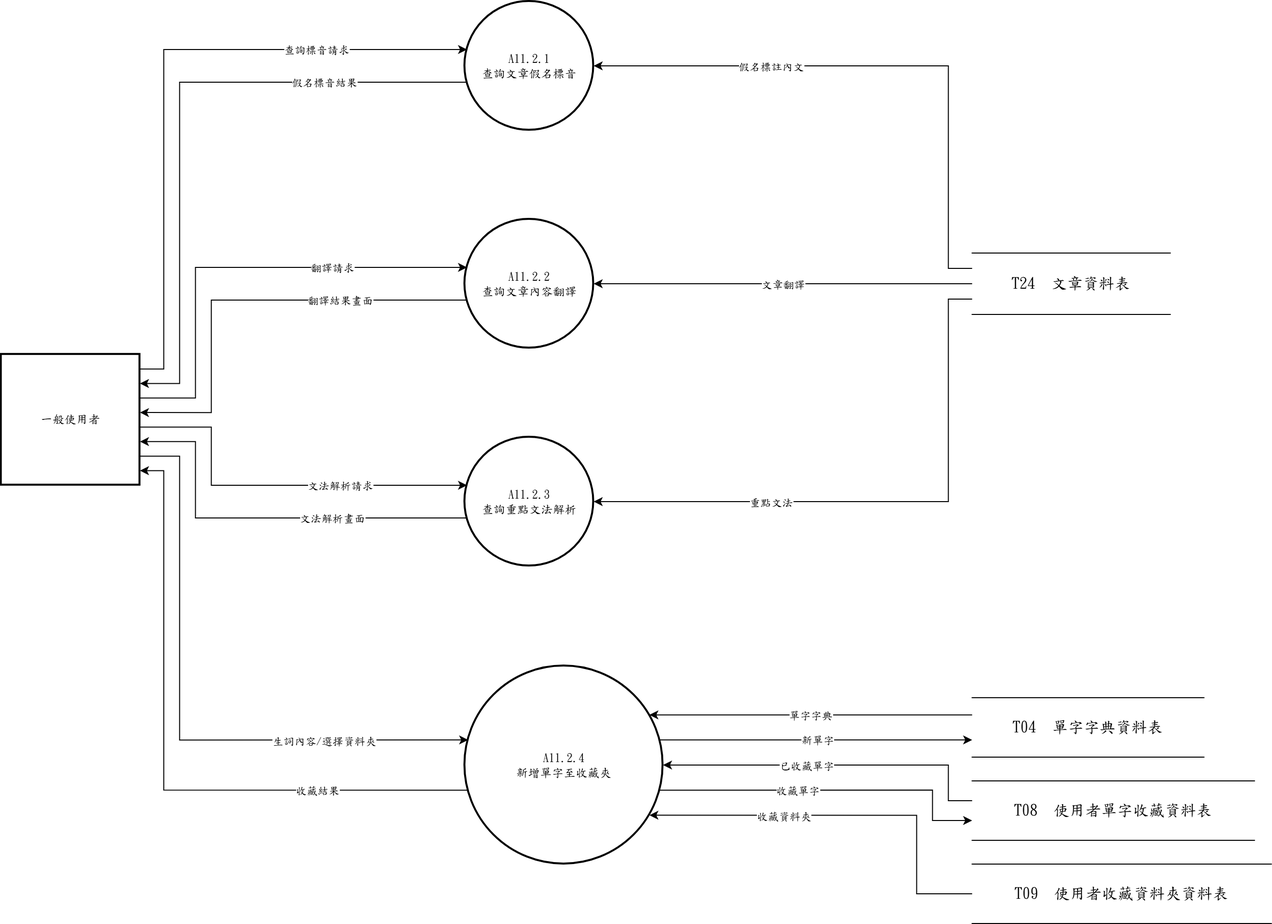
s22452007/115502 keeps this draw.io diagram as 系統文件/第6章/DFD圖/圖11/新/圖11-2.drawio.png. Above is the earlier version. Source tidied: cells renumbered, new cells last; positions are measured from the earlier drawing's top-left corner, leaving out a move shared by most shapes.
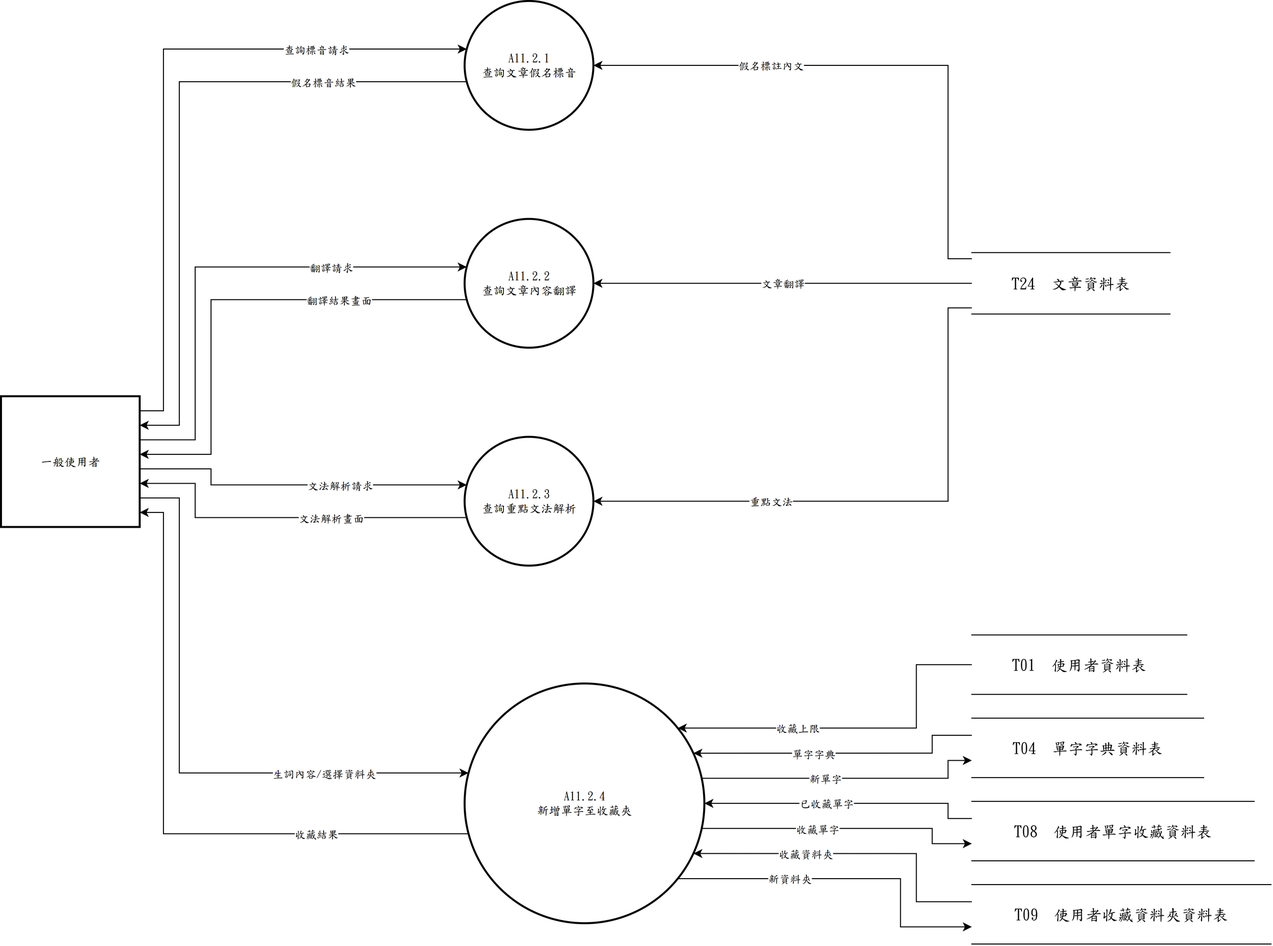
The same diagram one commit later.

What changed in the source:
```diff
@@ -12,66 +12,66 @@
       <mxGeometry x="468" y="440" width="130" height="130" as="geometry" />
     </mxCell>
     <mxCell id="5" value="A11.2.4&lt;br&gt;新增單字至收藏夾" style="ellipse;strokeWidth=2;whiteSpace=wrap;html=1;fontFamily=標楷體;" parent="1" vertex="1">
-      <mxGeometry x="468" y="671" width="200" height="200" as="geometry" />
+      <mxGeometry x="468" y="689" width="242" height="242" as="geometry" />
     </mxCell>
     <mxCell id="6" value="一般使用者" style="whiteSpace=wrap;strokeWidth=2;html=1;fontFamily=標楷體;" parent="1" vertex="1">
-      <mxGeometry y="356.4" width="140" height="132" as="geometry" />
+      <mxGeometry y="399" width="140" height="132" as="geometry" />
     </mxCell>
     <mxCell id="7" value="T24  文章資料表" style="shape=partialRectangle;whiteSpace=wrap;html=1;left=0;right=0;fontFamily=標楷體;fontSize=16;" parent="1" vertex="1">
       <mxGeometry x="980" y="254" width="200" height="62" as="geometry" />
     </mxCell>
     <mxCell id="8" value="T04  單字字典資料表" style="shape=partialRectangle;whiteSpace=wrap;html=1;left=0;right=0;fontFamily=標楷體;fontSize=16;" parent="1" vertex="1">
-      <mxGeometry x="980" y="703" width="234" height="60" as="geometry" />
+      <mxGeometry x="980" y="724" width="234" height="60" as="geometry" />
     </mxCell>
     <mxCell id="9" value="T08  使用者單字收藏資料表" style="shape=partialRectangle;whiteSpace=wrap;html=1;left=0;right=0;fontFamily=標楷體;fontSize=16;" parent="1" vertex="1">
-      <mxGeometry x="980" y="787" width="285" height="60" as="geometry" />
+      <mxGeometry x="980" y="808" width="285" height="60" as="geometry" />
     </mxCell>
     <mxCell id="10" value="T09  使用者收藏資料夾資料表" style="shape=partialRectangle;whiteSpace=wrap;html=1;left=0;right=0;fontFamily=標楷體;fontSize=16;" parent="1" vertex="1">
-      <mxGeometry x="980" y="871" width="302" height="60" as="geometry" />
+      <mxGeometry x="980" y="892" width="302" height="60" as="geometry" />
     </mxCell>
     <mxCell id="11" style="edgeStyle=none;rounded=0;html=1;fontFamily=標楷體;endArrow=classic;exitX=1.0000;exitY=0.1111;exitDx=0;exitDy=0;exitPerimeter=0;entryX=0.0163;entryY=0.3733;entryDx=0;entryDy=0;entryPerimeter=0;" parent="1" edge="1" source="6" target="2">
       <mxGeometry relative="1" as="geometry">
         <Array as="points">
-          <mxPoint x="164" y="371.1" />
+          <mxPoint x="164" y="413.7" />
           <mxPoint x="164" y="48.5" />
         </Array>
       </mxGeometry>
     </mxCell>
     <mxCell id="12" value="查詢標音請求" style="edgeLabel;html=1;align=center;verticalAlign=middle;fontFamily=標楷體;" parent="11" vertex="1">
-      <mxGeometry x="0.53" relative="1" as="geometry" />
+      <mxGeometry x="0.56" relative="1" as="geometry" />
     </mxCell>
-    <mxCell id="13" style="edgeStyle=none;rounded=0;html=1;fontFamily=標楷體;endArrow=classic;exitX=0.0000;exitY=0.2500;exitDx=0;exitDy=0;exitPerimeter=0;entryX=1.0000;entryY=0.5000;entryDx=0;entryDy=0;entryPerimeter=0;" parent="1" edge="1" source="7" target="2">
+    <mxCell id="13" style="edgeStyle=none;rounded=0;html=1;fontFamily=標楷體;endArrow=classic;exitX=0.0000;exitY=0.1000;exitDx=0;exitDy=0;exitPerimeter=0;entryX=1.0000;entryY=0.5000;entryDx=0;entryDy=0;entryPerimeter=0;" parent="1" edge="1" source="7" target="2">
       <mxGeometry relative="1" as="geometry">
         <Array as="points">
-          <mxPoint x="956" y="269.5" />
+          <mxPoint x="956" y="260.2" />
           <mxPoint x="956" y="65" />
         </Array>
       </mxGeometry>
     </mxCell>
     <mxCell id="14" value="假名標註內文" style="edgeLabel;html=1;align=center;verticalAlign=middle;fontFamily=標楷體;" parent="13" vertex="1">
-      <mxGeometry x="0.39" relative="1" as="geometry" />
+      <mxGeometry x="0.38" relative="1" as="geometry" />
     </mxCell>
     <mxCell id="15" style="edgeStyle=none;rounded=0;html=1;fontFamily=標楷體;endArrow=classic;exitX=0.0163;exitY=0.6267;exitDx=0;exitDy=0;exitPerimeter=0;entryX=1.0000;entryY=0.2222;entryDx=0;entryDy=0;entryPerimeter=0;" parent="1" edge="1" source="2" target="6">
       <mxGeometry relative="1" as="geometry">
         <Array as="points">
           <mxPoint x="180" y="81.5" />
-          <mxPoint x="180" y="385.8" />
+          <mxPoint x="180" y="428.3" />
         </Array>
       </mxGeometry>
     </mxCell>
     <mxCell id="16" value="假名標音結果" style="edgeLabel;html=1;align=center;verticalAlign=middle;fontFamily=標楷體;" parent="15" vertex="1">
-      <mxGeometry x="-0.54" relative="1" as="geometry" />
+      <mxGeometry x="-0.57" relative="1" as="geometry" />
     </mxCell>
     <mxCell id="17" style="edgeStyle=none;rounded=0;html=1;fontFamily=標楷體;endArrow=classic;exitX=1.0000;exitY=0.3333;exitDx=0;exitDy=0;exitPerimeter=0;entryX=0.0163;entryY=0.3733;entryDx=0;entryDy=0;entryPerimeter=0;" parent="1" edge="1" source="6" target="3">
       <mxGeometry relative="1" as="geometry">
         <Array as="points">
-          <mxPoint x="196" y="400.4" />
+          <mxPoint x="196" y="443" />
           <mxPoint x="196" y="268.5" />
         </Array>
       </mxGeometry>
     </mxCell>
     <mxCell id="18" value="翻譯請求" style="edgeLabel;html=1;align=center;verticalAlign=middle;fontFamily=標楷體;" parent="17" vertex="1">
-      <mxGeometry x="0.41" relative="1" as="geometry" />
+      <mxGeometry x="0.46" relative="1" as="geometry" />
     </mxCell>
     <mxCell id="19" style="edgeStyle=none;rounded=0;html=1;fontFamily=標楷體;endArrow=classic;exitX=0.0000;exitY=0.5000;exitDx=0;exitDy=0;exitPerimeter=0;entryX=1.0000;entryY=0.5000;entryDx=0;entryDy=0;entryPerimeter=0;" parent="1" edge="1" source="7" target="3">
       <mxGeometry relative="1" as="geometry" />
@@ -83,112 +83,147 @@
       <mxGeometry relative="1" as="geometry">
         <Array as="points">
           <mxPoint x="212" y="301.5" />
-          <mxPoint x="212" y="415.1" />
+          <mxPoint x="212" y="457.7" />
         </Array>
       </mxGeometry>
     </mxCell>
     <mxCell id="22" value="翻譯結果畫面" style="edgeLabel;html=1;align=center;verticalAlign=middle;fontFamily=標楷體;" parent="21" vertex="1">
-      <mxGeometry x="-0.42" relative="1" as="geometry" />
+      <mxGeometry x="-0.47" relative="1" as="geometry" />
     </mxCell>
     <mxCell id="23" style="edgeStyle=none;rounded=0;html=1;fontFamily=標楷體;endArrow=classic;exitX=1.0000;exitY=0.5556;exitDx=0;exitDy=0;exitPerimeter=0;entryX=0.0163;entryY=0.3733;entryDx=0;entryDy=0;entryPerimeter=0;" parent="1" edge="1" source="6" target="4">
       <mxGeometry relative="1" as="geometry">
         <Array as="points">
-          <mxPoint x="212" y="429.8" />
+          <mxPoint x="212" y="472.3" />
           <mxPoint x="212" y="488.5" />
         </Array>
       </mxGeometry>
     </mxCell>
     <mxCell id="24" value="文法解析請求" style="edgeLabel;html=1;align=center;verticalAlign=middle;fontFamily=標楷體;" parent="23" vertex="1">
-      <mxGeometry x="0.34" relative="1" as="geometry" />
+      <mxGeometry x="0.26" relative="1" as="geometry" />
     </mxCell>
-    <mxCell id="25" style="edgeStyle=none;rounded=0;html=1;fontFamily=標楷體;endArrow=classic;exitX=0.0000;exitY=0.7500;exitDx=0;exitDy=0;exitPerimeter=0;entryX=1.0000;entryY=0.5000;entryDx=0;entryDy=0;entryPerimeter=0;" parent="1" edge="1" source="7" target="4">
+    <mxCell id="25" style="edgeStyle=none;rounded=0;html=1;fontFamily=標楷體;endArrow=classic;exitX=0.0000;exitY=0.9000;exitDx=0;exitDy=0;exitPerimeter=0;entryX=1.0000;entryY=0.5000;entryDx=0;entryDy=0;entryPerimeter=0;" parent="1" edge="1" source="7" target="4">
       <mxGeometry relative="1" as="geometry">
         <Array as="points">
-          <mxPoint x="956" y="300.5" />
+          <mxPoint x="956" y="309.8" />
           <mxPoint x="956" y="505" />
         </Array>
       </mxGeometry>
     </mxCell>
     <mxCell id="26" value="重點文法" style="edgeLabel;html=1;align=center;verticalAlign=middle;fontFamily=標楷體;" parent="25" vertex="1">
-      <mxGeometry x="0.39" relative="1" as="geometry" />
+      <mxGeometry x="0.38" relative="1" as="geometry" />
     </mxCell>
     <mxCell id="27" style="edgeStyle=none;rounded=0;html=1;fontFamily=標楷體;endArrow=classic;exitX=0.0163;exitY=0.6267;exitDx=0;exitDy=0;exitPerimeter=0;entryX=1.0000;entryY=0.6667;entryDx=0;entryDy=0;entryPerimeter=0;" parent="1" edge="1" source="4" target="6">
       <mxGeometry relative="1" as="geometry">
         <Array as="points">
           <mxPoint x="196" y="521.5" />
-          <mxPoint x="196" y="444.4" />
+          <mxPoint x="196" y="487" />
         </Array>
       </mxGeometry>
     </mxCell>
     <mxCell id="28" value="文法解析畫面" style="edgeLabel;html=1;align=center;verticalAlign=middle;fontFamily=標楷體;" parent="27" vertex="1">
-      <mxGeometry x="-0.33" relative="1" as="geometry" />
+      <mxGeometry x="-0.25" relative="1" as="geometry" />
     </mxCell>
     <mxCell id="29" style="edgeStyle=none;rounded=0;html=1;fontFamily=標楷體;endArrow=classic;exitX=1.0000;exitY=0.7778;exitDx=0;exitDy=0;exitPerimeter=0;entryX=0.0163;entryY=0.3733;entryDx=0;entryDy=0;entryPerimeter=0;" parent="1" edge="1" source="6" target="5">
       <mxGeometry relative="1" as="geometry">
         <Array as="points">
-          <mxPoint x="180" y="459.1" />
-          <mxPoint x="180" y="745.7" />
+          <mxPoint x="180" y="501.7" />
+          <mxPoint x="180" y="779.3" />
         </Array>
       </mxGeometry>
     </mxCell>
     <mxCell id="30" value="生詞內容/選擇資料夾" style="edgeLabel;html=1;align=center;verticalAlign=middle;fontFamily=標楷體;" parent="29" vertex="1">
-      <mxGeometry x="0.53" relative="1" as="geometry" />
+      <mxGeometry x="0.52" relative="1" as="geometry" />
     </mxCell>
-    <mxCell id="31" style="edgeStyle=none;rounded=0;html=1;fontFamily=標楷體;endArrow=classic;exitX=0.0000;exitY=0.2889;exitDx=0;exitDy=0;exitPerimeter=0;entryX=0.9311;entryY=0.2467;entryDx=0;entryDy=0;entryPerimeter=0;" parent="1" edge="1" source="8" target="5">
-      <mxGeometry relative="1" as="geometry" />
+    <mxCell id="31" style="edgeStyle=none;rounded=0;html=1;fontFamily=標楷體;endArrow=classic;exitX=0.0000;exitY=0.2889;exitDx=0;exitDy=0;exitPerimeter=0;entryX=0.9541;entryY=0.2907;entryDx=0;entryDy=0;entryPerimeter=0;" parent="1" edge="1" source="8" target="5">
+      <mxGeometry relative="1" as="geometry">
+        <Array as="points">
+          <mxPoint x="940" y="741.3" />
+          <mxPoint x="940" y="759.3" />
+        </Array>
+      </mxGeometry>
     </mxCell>
     <mxCell id="32" value="單字字典" style="edgeLabel;html=1;align=center;verticalAlign=middle;fontFamily=標楷體;" parent="31" vertex="1">
-      <mxGeometry relative="1" as="geometry" />
+      <mxGeometry x="0.19" relative="1" as="geometry" />
     </mxCell>
-    <mxCell id="33" style="edgeStyle=none;rounded=0;html=1;fontFamily=標楷體;endArrow=classic;exitX=0.0000;exitY=0.5000;exitDx=0;exitDy=0;exitPerimeter=0;entryX=0.9311;entryY=0.7533;entryDx=0;entryDy=0;entryPerimeter=0;" parent="1" edge="1" source="10" target="5">
+    <mxCell id="33" style="edgeStyle=none;rounded=0;html=1;fontFamily=標楷體;endArrow=classic;exitX=0.0000;exitY=0.2889;exitDx=0;exitDy=0;exitPerimeter=0;entryX=0.9541;entryY=0.7093;entryDx=0;entryDy=0;entryPerimeter=0;" parent="1" edge="1" source="10" target="5">
       <mxGeometry relative="1" as="geometry">
         <Array as="points">
-          <mxPoint x="924" y="901" />
-          <mxPoint x="924" y="821.7" />
+          <mxPoint x="924" y="909.3" />
+          <mxPoint x="924" y="860.7" />
         </Array>
       </mxGeometry>
     </mxCell>
     <mxCell id="34" value="收藏資料夾" style="edgeLabel;html=1;align=center;verticalAlign=middle;fontFamily=標楷體;" parent="33" vertex="1">
-      <mxGeometry x="0.33" relative="1" as="geometry" />
+      <mxGeometry x="0.32" relative="1" as="geometry" />
     </mxCell>
-    <mxCell id="35" style="edgeStyle=none;rounded=0;html=1;fontFamily=標楷體;endArrow=classic;exitX=0.0000;exitY=0.3333;exitDx=0;exitDy=0;exitPerimeter=0;entryX=1.0000;entryY=0.5000;entryDx=0;entryDy=0;entryPerimeter=0;" parent="1" edge="1" source="9" target="5">
+    <mxCell id="35" style="edgeStyle=none;rounded=0;html=1;fontFamily=標楷體;endArrow=classic;exitX=0.0000;exitY=0.2889;exitDx=0;exitDy=0;exitPerimeter=0;entryX=1.0000;entryY=0.5000;entryDx=0;entryDy=0;entryPerimeter=0;" parent="1" edge="1" source="9" target="5">
       <mxGeometry relative="1" as="geometry">
         <Array as="points">
-          <mxPoint x="956" y="807" />
-          <mxPoint x="956" y="771" />
+          <mxPoint x="956" y="825.3" />
+          <mxPoint x="956" y="810" />
         </Array>
       </mxGeometry>
     </mxCell>
     <mxCell id="36" value="已收藏單字" style="edgeLabel;html=1;align=center;verticalAlign=middle;fontFamily=標楷體;" parent="35" vertex="1">
-      <mxGeometry x="0.17" relative="1" as="geometry" />
+      <mxGeometry x="0.14" relative="1" as="geometry" />
     </mxCell>
     <mxCell id="37" style="edgeStyle=none;rounded=0;html=1;fontFamily=標楷體;endArrow=classic;exitX=0.0163;exitY=0.6267;exitDx=0;exitDy=0;exitPerimeter=0;entryX=1.0000;entryY=0.8889;entryDx=0;entryDy=0;entryPerimeter=0;" parent="1" edge="1" source="5" target="6">
       <mxGeometry relative="1" as="geometry">
         <Array as="points">
-          <mxPoint x="164" y="796.3" />
-          <mxPoint x="164" y="473.8" />
+          <mxPoint x="164" y="840.7" />
+          <mxPoint x="164" y="516.3" />
         </Array>
       </mxGeometry>
     </mxCell>
     <mxCell id="38" value="收藏結果" style="edgeLabel;html=1;align=center;verticalAlign=middle;fontFamily=標楷體;" parent="37" vertex="1">
       <mxGeometry x="-0.53" relative="1" as="geometry" />
     </mxCell>
-    <mxCell id="39" style="edgeStyle=none;rounded=0;html=1;fontFamily=標楷體;endArrow=classic;exitX=0.9837;exitY=0.3733;exitDx=0;exitDy=0;exitPerimeter=0;entryX=0.0000;entryY=0.7111;entryDx=0;entryDy=0;entryPerimeter=0;" parent="1" edge="1" source="5" target="8">
-      <mxGeometry relative="1" as="geometry" />
+    <mxCell id="39" style="edgeStyle=none;rounded=0;html=1;fontFamily=標楷體;endArrow=classic;exitX=0.9889;exitY=0.3953;exitDx=0;exitDy=0;exitPerimeter=0;entryX=0.0000;entryY=0.7111;entryDx=0;entryDy=0;entryPerimeter=0;" parent="1" edge="1" source="5" target="8">
+      <mxGeometry relative="1" as="geometry">
+        <Array as="points">
+          <mxPoint x="956" y="784.7" />
+          <mxPoint x="956" y="766.7" />
+        </Array>
+      </mxGeometry>
     </mxCell>
     <mxCell id="40" value="新單字" style="edgeLabel;html=1;align=center;verticalAlign=middle;fontFamily=標楷體;" parent="39" vertex="1">
-      <mxGeometry relative="1" as="geometry" />
+      <mxGeometry x="-0.14" relative="1" as="geometry" />
     </mxCell>
-    <mxCell id="41" style="edgeStyle=none;rounded=0;html=1;fontFamily=標楷體;endArrow=classic;exitX=0.9837;exitY=0.6267;exitDx=0;exitDy=0;exitPerimeter=0;entryX=0.0000;entryY=0.6667;entryDx=0;entryDy=0;entryPerimeter=0;" parent="1" edge="1" source="5" target="9">
+    <mxCell id="41" style="edgeStyle=none;rounded=0;html=1;fontFamily=標楷體;endArrow=classic;exitX=0.9889;exitY=0.6047;exitDx=0;exitDy=0;exitPerimeter=0;entryX=0.0000;entryY=0.7111;entryDx=0;entryDy=0;entryPerimeter=0;" parent="1" edge="1" source="5" target="9">
       <mxGeometry relative="1" as="geometry">
         <Array as="points">
-          <mxPoint x="940" y="796.3" />
-          <mxPoint x="940" y="827" />
+          <mxPoint x="940" y="835.3" />
+          <mxPoint x="940" y="850.7" />
         </Array>
       </mxGeometry>
     </mxCell>
     <mxCell id="42" value="收藏單字" style="edgeLabel;html=1;align=center;verticalAlign=middle;fontFamily=標楷體;" parent="41" vertex="1">
-      <mxGeometry x="-0.2" relative="1" as="geometry" />
+      <mxGeometry x="-0.19" relative="1" as="geometry" />
     </mxCell>
+    <mxCell id="43" value="T01  使用者資料表" style="shape=partialRectangle;whiteSpace=wrap;html=1;left=0;right=0;fontFamily=標楷體;fontSize=16;" parent="1" vertex="1">
+      <mxGeometry x="980" y="640" width="217" height="60" as="geometry" />
+    </mxCell>
+    <mxCell id="44" style="edgeStyle=none;rounded=0;html=1;fontFamily=標楷體;endArrow=classic;exitX=0.0000;exitY=0.5000;exitDx=0;exitDy=0;exitPerimeter=0;entryX=0.8891;entryY=0.1860;entryDx=0;entryDy=0;entryPerimeter=0;" parent="1" edge="1" source="43" target="5">
+      <mxGeometry relative="1" as="geometry">
+        <Array as="points">
+          <mxPoint x="924" y="670" />
+          <mxPoint x="924" y="734" />
+        </Array>
+      </mxGeometry>
+    </mxCell>
+    <mxCell id="45" value="收藏上限" style="edgeLabel;html=1;align=center;verticalAlign=middle;fontFamily=標楷體;" parent="44" vertex="1">
+      <mxGeometry x="0.33" relative="1" as="geometry" />
+    </mxCell>
+    <mxCell id="46" style="edgeStyle=none;rounded=0;html=1;fontFamily=標楷體;endArrow=classic;exitX=0.8891;exitY=0.8140;exitDx=0;exitDy=0;exitPerimeter=0;entryX=0.0000;entryY=0.7111;entryDx=0;entryDy=0;entryPerimeter=0;" parent="1" edge="1" source="5" target="10">
+      <mxGeometry relative="1" as="geometry">
+        <Array as="points">
+          <mxPoint x="908" y="886" />
+          <mxPoint x="908" y="934.7" />
+        </Array>
+      </mxGeometry>
+    </mxCell>
+    <mxCell id="47" value="新資料夾" style="edgeLabel;html=1;align=center;verticalAlign=middle;fontFamily=標楷體;" parent="46" vertex="1">
+      <mxGeometry x="-0.35" relative="1" as="geometry" />
+    </mxCell>
   </root>
 </mxGraphModel>
```
